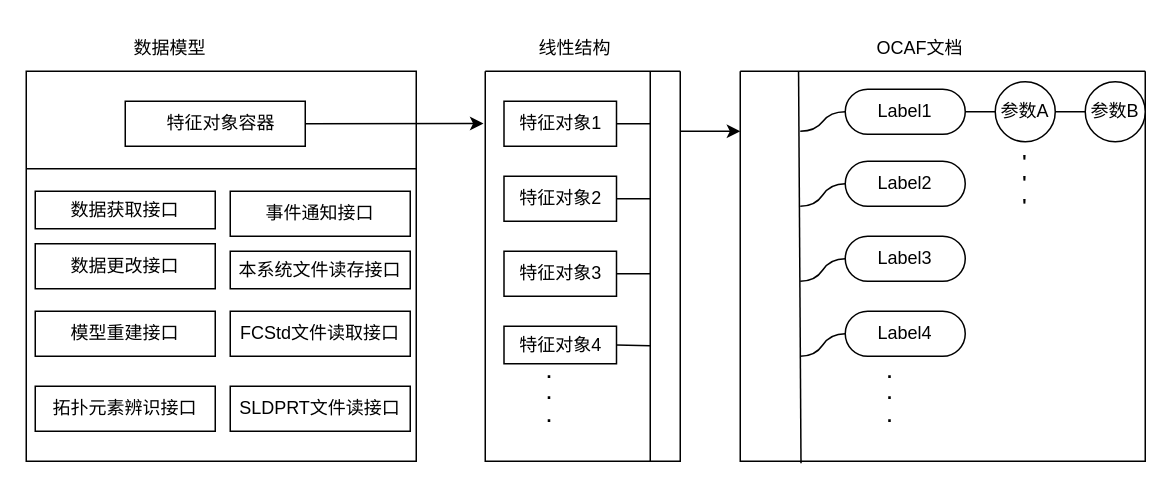
Above: 数据模型图.drawio in liuhuliuhu123/First-test (draw.io), before the change. Source tidied: cells renumbered, new cells numbered last; positions are measured from the earlier drawing's top-left corner, leaving out a move shared by most shapes. Both pictures are drawn from the tidied source at 150%, with x=0, y=0 at pixel (26, 26).
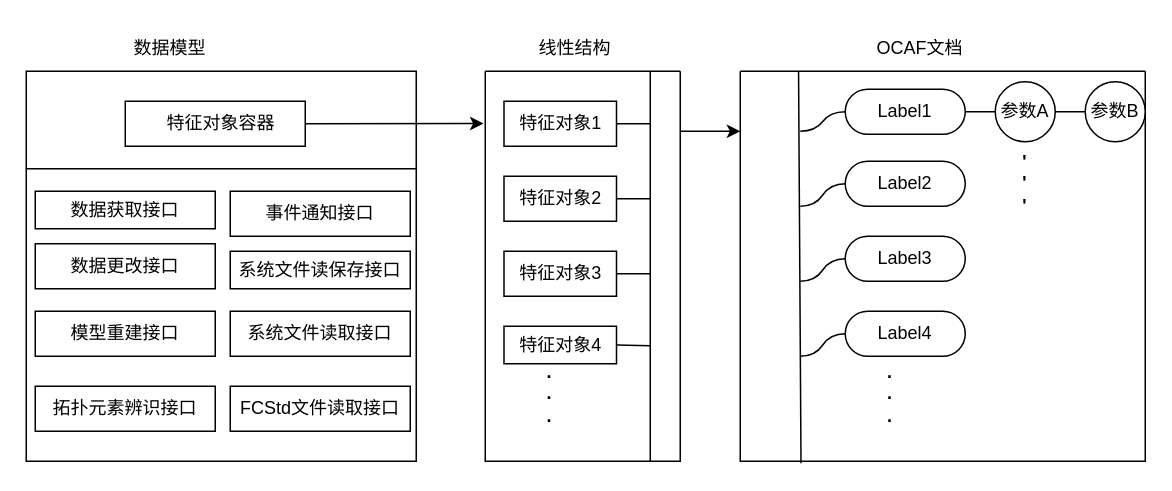
The same diagram, later.

Commit message:
更新数据模型图.drawio

Diff of the diagram source:
```diff
@@
-    <mxCell id="28" value="本系统文件读存接口" style="rounded=0;whiteSpace=wrap;html=1;" parent="1" vertex="1">
+    <mxCell id="28" value="系统文件读保存接口" style="rounded=0;whiteSpace=wrap;html=1;" parent="1" vertex="1">
       <mxGeometry x="136" y="150" width="120" height="25" as="geometry" />
     </mxCell>
-    <mxCell id="29" value="FCStd文件读取接口" style="rounded=0;whiteSpace=wrap;html=1;" parent="1" vertex="1">
+    <mxCell id="29" value="系统文件读取接口" style="rounded=0;whiteSpace=wrap;html=1;" parent="1" vertex="1">
       <mxGeometry x="136" y="190" width="120" height="30" as="geometry" />
     </mxCell>
@@
-    <mxCell id="44" value="SLDPRT文件读接口" style="rounded=0;whiteSpace=wrap;html=1;" parent="1" vertex="1">
+    <mxCell id="44" value="FCStd文件读取接口" style="rounded=0;whiteSpace=wrap;html=1;" parent="1" vertex="1">
       <mxGeometry x="136" y="240" width="120" height="30" as="geometry" />
     </mxCell>
```
